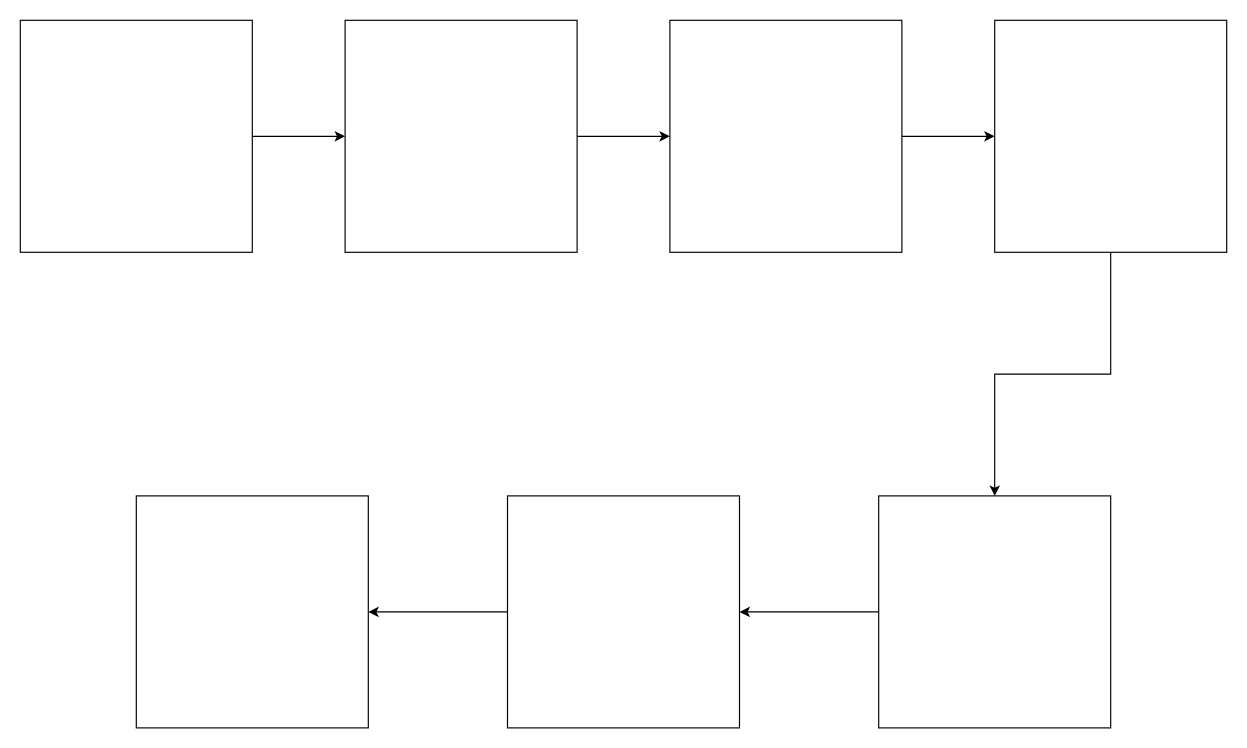
This is Data Pipeline.drawio from llenny18/hydroatlantis, a draw.io file, before an edit. Source tidied: cells renumbered, new cells numbered last; positions are measured from the earlier drawing's top-left corner, leaving out a move shared by most shapes. Both pictures are drawn from the tidied source at 116%, with x=0, y=0 at pixel (20, 20).
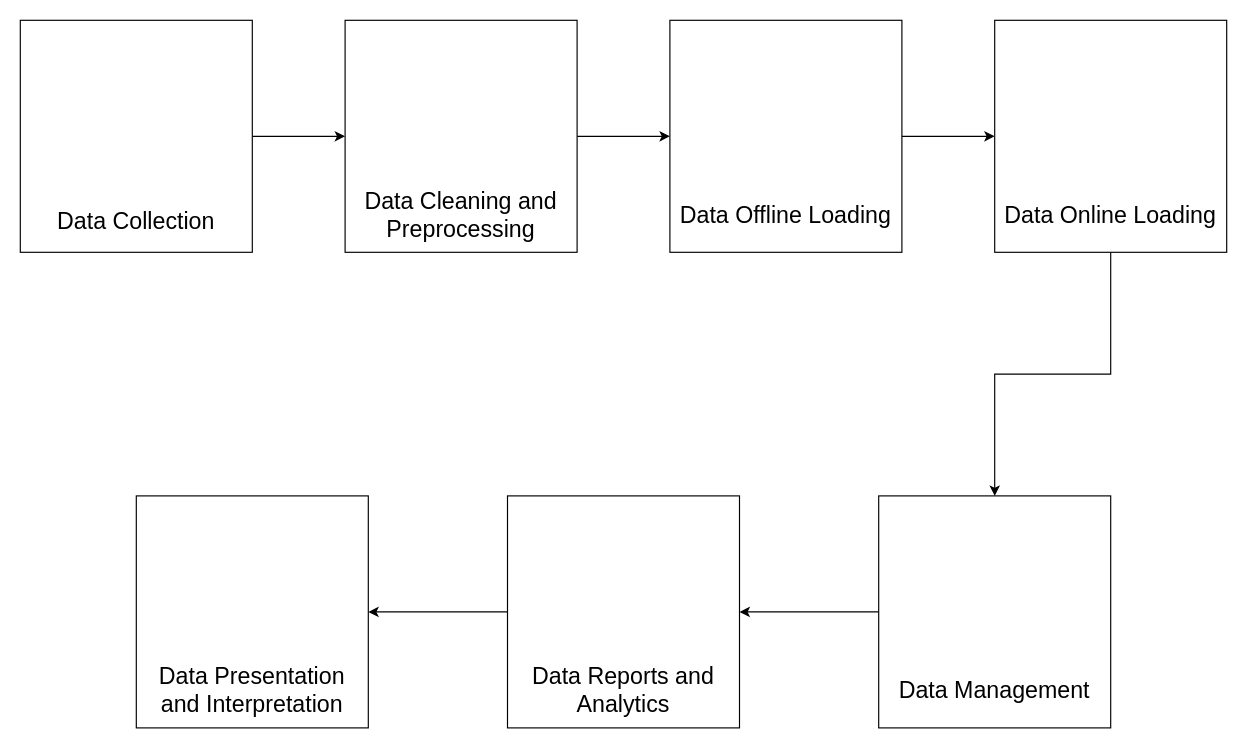
The same page after the edit.

What changed in the source:
```diff
@@
 <mxGraphModel>
   <root>
     <mxCell id="0" />
     <mxCell id="1" parent="0" />
     <mxCell id="2" style="edgeStyle=orthogonalEdgeStyle;rounded=0;jettySize=auto;html=1;entryX=0;entryY=0.5;entryDx=0;entryDy=0;" parent="1" edge="1" source="3" target="5">
       <mxGeometry relative="1" as="geometry" />
     </mxCell>
-    <mxCell id="3" style="whiteSpace=wrap;html=1;" parent="1" vertex="1">
+    <mxCell id="3" value="&lt;div&gt;&lt;font style=&quot;font-size: 20px;&quot;&gt;&lt;br&gt;&lt;/font&gt;&lt;/div&gt;&lt;font style=&quot;font-size: 20px;&quot;&gt;&lt;div&gt;&lt;font style=&quot;font-size: 20px;&quot;&gt;&lt;br&gt;&lt;/font&gt;&lt;/div&gt;&lt;div&gt;&lt;font style=&quot;font-size: 20px;&quot;&gt;&lt;br&gt;&lt;/font&gt;&lt;/div&gt;&lt;div&gt;&lt;font style=&quot;font-size: 20px;&quot;&gt;&lt;br&gt;&lt;/font&gt;&lt;/div&gt;&lt;div&gt;&lt;font style=&quot;font-size: 20px;&quot;&gt;&lt;br&gt;&lt;/font&gt;&lt;/div&gt;&lt;div&gt;&lt;font style=&quot;font-size: 20px;&quot;&gt;&lt;br&gt;&lt;/font&gt;&lt;/div&gt;Data Collection&lt;/font&gt;" style="whiteSpace=wrap;html=1;" parent="1" vertex="1">
       <mxGeometry width="200" height="200" as="geometry" />
     </mxCell>
     <mxCell id="4" style="edgeStyle=orthogonalEdgeStyle;rounded=0;jettySize=auto;html=1;exitX=1;exitY=0.5;exitDx=0;exitDy=0;entryX=0;entryY=0.5;entryDx=0;entryDy=0;" parent="1" edge="1" source="5" target="7">
       <mxGeometry relative="1" as="geometry" />
     </mxCell>
-    <mxCell id="5" style="whiteSpace=wrap;html=1;" parent="1" vertex="1">
+    <mxCell id="5" value="&lt;div&gt;&lt;br&gt;&lt;/div&gt;&lt;div&gt;&lt;div style=&quot;font-size: 20px;&quot;&gt;&lt;br&gt;&lt;/div&gt;&lt;div style=&quot;font-size: 20px;&quot;&gt;&lt;br&gt;&lt;/div&gt;&lt;div style=&quot;font-size: 20px;&quot;&gt;&lt;br&gt;&lt;/div&gt;&lt;div style=&quot;font-size: 20px;&quot;&gt;&lt;br&gt;&lt;/div&gt;&lt;div style=&quot;font-size: 20px;&quot;&gt;&lt;br&gt;&lt;/div&gt;&lt;span style=&quot;font-size: 20px;&quot;&gt;Data Cleaning and Preprocessing&lt;/span&gt;&lt;/div&gt;" style="whiteSpace=wrap;html=1;" parent="1" vertex="1">
       <mxGeometry x="280" width="200" height="200" as="geometry" />
     </mxCell>
     <mxCell id="6" style="edgeStyle=orthogonalEdgeStyle;rounded=0;jettySize=auto;html=1;entryX=0;entryY=0.5;entryDx=0;entryDy=0;" parent="1" edge="1" source="7" target="9">
       <mxGeometry relative="1" as="geometry" />
     </mxCell>
-    <mxCell id="7" style="whiteSpace=wrap;html=1;" parent="1" vertex="1">
+    <mxCell id="7" value="&lt;div&gt;&lt;br&gt;&lt;/div&gt;&lt;div&gt;&lt;div style=&quot;font-size: 20px;&quot;&gt;&lt;br&gt;&lt;/div&gt;&lt;div style=&quot;font-size: 20px;&quot;&gt;&lt;br&gt;&lt;/div&gt;&lt;div style=&quot;font-size: 20px;&quot;&gt;&lt;br&gt;&lt;/div&gt;&lt;div style=&quot;font-size: 20px;&quot;&gt;&lt;br&gt;&lt;/div&gt;&lt;div style=&quot;font-size: 20px;&quot;&gt;&lt;br&gt;&lt;/div&gt;&lt;span style=&quot;font-size: 20px;&quot;&gt;Data Offline Loading&lt;/span&gt;&lt;/div&gt;" style="whiteSpace=wrap;html=1;" parent="1" vertex="1">
       <mxGeometry x="560" width="200" height="200" as="geometry" />
     </mxCell>
     <mxCell id="8" style="edgeStyle=orthogonalEdgeStyle;rounded=0;jettySize=auto;html=1;exitX=0.5;exitY=1;exitDx=0;exitDy=0;" parent="1" edge="1" source="9" target="11">
       <mxGeometry relative="1" as="geometry" />
     </mxCell>
-    <mxCell id="9" style="whiteSpace=wrap;html=1;" parent="1" vertex="1">
+    <mxCell id="9" value="&lt;div&gt;&lt;br&gt;&lt;/div&gt;&lt;div&gt;&lt;div style=&quot;font-size: 20px;&quot;&gt;&lt;br&gt;&lt;/div&gt;&lt;div style=&quot;font-size: 20px;&quot;&gt;&lt;br&gt;&lt;/div&gt;&lt;div style=&quot;font-size: 20px;&quot;&gt;&lt;br&gt;&lt;/div&gt;&lt;div style=&quot;font-size: 20px;&quot;&gt;&lt;br&gt;&lt;/div&gt;&lt;div style=&quot;font-size: 20px;&quot;&gt;&lt;br&gt;&lt;/div&gt;&lt;span style=&quot;font-size: 20px;&quot;&gt;Data Online Loading&lt;/span&gt;&lt;/div&gt;" style="whiteSpace=wrap;html=1;" parent="1" vertex="1">
       <mxGeometry x="840" width="200" height="200" as="geometry" />
     </mxCell>
     <mxCell id="10" style="edgeStyle=orthogonalEdgeStyle;rounded=0;jettySize=auto;html=1;entryX=1;entryY=0.5;entryDx=0;entryDy=0;" parent="1" edge="1" source="11" target="13">
       <mxGeometry relative="1" as="geometry" />
     </mxCell>
-    <mxCell id="11" style="whiteSpace=wrap;html=1;" parent="1" vertex="1">
+    <mxCell id="11" value="&lt;div&gt;&lt;br&gt;&lt;/div&gt;&lt;div&gt;&lt;div style=&quot;font-size: 20px;&quot;&gt;&lt;br&gt;&lt;/div&gt;&lt;div style=&quot;font-size: 20px;&quot;&gt;&lt;br&gt;&lt;/div&gt;&lt;div style=&quot;font-size: 20px;&quot;&gt;&lt;br&gt;&lt;/div&gt;&lt;div style=&quot;font-size: 20px;&quot;&gt;&lt;br&gt;&lt;/div&gt;&lt;div style=&quot;font-size: 20px;&quot;&gt;&lt;br&gt;&lt;/div&gt;&lt;span style=&quot;font-size: 20px;&quot;&gt;Data Management&lt;/span&gt;&lt;/div&gt;" style="whiteSpace=wrap;html=1;" parent="1" vertex="1">
       <mxGeometry x="740" y="410" width="200" height="200" as="geometry" />
     </mxCell>
     <mxCell id="12" style="edgeStyle=orthogonalEdgeStyle;rounded=0;jettySize=auto;html=1;exitX=0;exitY=0.5;exitDx=0;exitDy=0;entryX=1;entryY=0.5;entryDx=0;entryDy=0;" parent="1" edge="1" source="13" target="14">
       <mxGeometry relative="1" as="geometry" />
     </mxCell>
-    <mxCell id="13" style="whiteSpace=wrap;html=1;" parent="1" vertex="1">
+    <mxCell id="13" value="&lt;div&gt;&lt;br&gt;&lt;/div&gt;&lt;div&gt;&lt;div style=&quot;font-size: 20px;&quot;&gt;&lt;br&gt;&lt;/div&gt;&lt;div style=&quot;font-size: 20px;&quot;&gt;&lt;br&gt;&lt;/div&gt;&lt;div style=&quot;font-size: 20px;&quot;&gt;&lt;br&gt;&lt;/div&gt;&lt;div style=&quot;font-size: 20px;&quot;&gt;&lt;br&gt;&lt;/div&gt;&lt;div style=&quot;font-size: 20px;&quot;&gt;&lt;br&gt;&lt;/div&gt;&lt;span style=&quot;font-size: 20px;&quot;&gt;Data Reports and Analytics&lt;/span&gt;&lt;/div&gt;" style="whiteSpace=wrap;html=1;" parent="1" vertex="1">
       <mxGeometry x="420" y="410" width="200" height="200" as="geometry" />
     </mxCell>
-    <mxCell id="14" style="whiteSpace=wrap;html=1;" parent="1" vertex="1">
+    <mxCell id="14" value="&lt;div&gt;&lt;br&gt;&lt;/div&gt;&lt;div&gt;&lt;div style=&quot;font-size: 20px;&quot;&gt;&lt;br&gt;&lt;/div&gt;&lt;div style=&quot;font-size: 20px;&quot;&gt;&lt;br&gt;&lt;/div&gt;&lt;div style=&quot;font-size: 20px;&quot;&gt;&lt;br&gt;&lt;/div&gt;&lt;div style=&quot;font-size: 20px;&quot;&gt;&lt;br&gt;&lt;/div&gt;&lt;div style=&quot;font-size: 20px;&quot;&gt;&lt;br&gt;&lt;/div&gt;&lt;span style=&quot;font-size: 20px;&quot;&gt;Data Presentation and Interpretation&lt;/span&gt;&lt;/div&gt;" style="whiteSpace=wrap;html=1;" parent="1" vertex="1">
       <mxGeometry x="100" y="410" width="200" height="200" as="geometry" />
     </mxCell>
   </root>
 </mxGraphModel>
```
